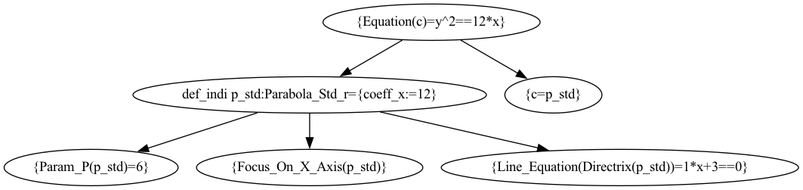
trapped-beast/KE_Reasoning_Engine keeps this Graphviz diagram as reasoning_engine/all_progress.png. Above is the earlier version. Its source is kept beside it as reasoning_engine/all_progress.dot.
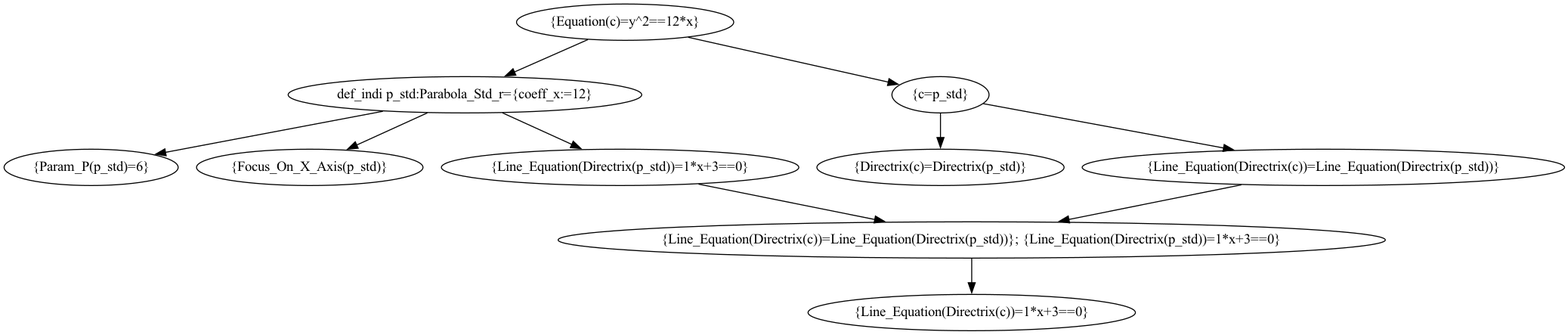
After the change.

Change to the diagram source:
```diff
@@ -1,27 +1,44 @@
 digraph all_progress {
-	graph [bb="0,0,788.88,180"];
+	graph [bb="0,0,1548.6,324"];
 	node [label="\N"];
 	"{Equation(c)=y^2==12*x}"	[height=0.5,
-		pos="424.44,162",
+		pos="616.44,306",
 		width=2.997];
 	"def_indi p_std:Parabola_Std_r={coeff_x:=12}"	[height=0.5,
-		pos="303.44,90",
+		pos="457.44,234",
 		width=4.8746];
-	"{Equation(c)=y^2==12*x}" -> "def_indi p_std:Parabola_Std_r={coeff_x:=12}"	[pos="e,333.03,108.12 395.46,144.23 379.68,135.1 359.93,123.68 342.78,113.76"];
+	"{Equation(c)=y^2==12*x}" -> "def_indi p_std:Parabola_Std_r={coeff_x:=12}"	[pos="e,496.06,252 579.56,288.76 557.85,279.2 530.1,266.99 506.55,256.62"];
 	"{c=p_std}"	[height=0.5,
-		pos="545.44,90",
+		pos="929.44,234",
 		width=1.336];
-	"{Equation(c)=y^2==12*x}" -> "{c=p_std}"	[pos="e,519.98,105.73 453.42,144.23 470.45,134.38 492.1,121.86 510.12,111.43"];
+	"{Equation(c)=y^2==12*x}" -> "{c=p_std}"	[pos="e,888.85,244.08 679.03,291 737.32,277.97 823.2,258.76 877.72,246.57"];
 	"{Param_P(p_std)=6}"	[height=0.5,
-		pos="86.442,18",
+		pos="86.442,162",
 		width=2.4012];
-	"def_indi p_std:Parabola_Std_r={coeff_x:=12}" -> "{Param_P(p_std)=6}"	[pos="e,131.86,33.65 251.74,72.322 218.82,61.704 176.19,47.952 142.47,37.074"];
+	"def_indi p_std:Parabola_Std_r={coeff_x:=12}" -> "{Param_P(p_std)=6}"	[pos="e,148.98,174.8 376.02,217.64 311.67,205.5 222.6,188.69 160.29,176.93"];
 	"{Focus_On_X_Axis(p_std)}"	[height=0.5,
-		pos="303.44,18",
+		pos="303.44,162",
 		width=3.1233];
-	"def_indi p_std:Parabola_Std_r={coeff_x:=12}" -> "{Focus_On_X_Axis(p_std)}"	[pos="e,303.44,36.104 303.44,71.697 303.44,64.407 303.44,55.726 303.44,47.536"];
+	"def_indi p_std:Parabola_Std_r={coeff_x:=12}" -> "{Focus_On_X_Axis(p_std)}"	[pos="e,339.58,179.43 420.16,216.05 399.03,206.45 372.4,194.34 349.92,184.12"];
 	"{Line_Equation(Directrix(p_std))=1*x+3==0}"	[height=0.5,
-		pos="611.44,18",
+		pos="611.44,162",
 		width=4.9287];
-	"def_indi p_std:Parabola_Std_r={coeff_x:=12}" -> "{Line_Equation(Directrix(p_std))=1*x+3==0}"	[pos="e,541.3,34.942 373.33,73.116 419.93,62.525 481.35,48.566 530.14,37.478"];
+	"def_indi p_std:Parabola_Std_r={coeff_x:=12}" -> "{Line_Equation(Directrix(p_std))=1*x+3==0}"	[pos="e,573.97,180.03 494.72,216.05 515.47,206.62 541.52,194.78 563.74,184.68"];
+	"{Directrix(c)=Directrix(p_std)}"	[height=0.5,
+		pos="929.44,162",
+		width=3.4122];
+	"{c=p_std}" -> "{Directrix(c)=Directrix(p_std)}"	[pos="e,929.44,180.1 929.44,215.7 929.44,208.41 929.44,199.73 929.44,191.54"];
+	"{Line_Equation(Directrix(c))=Line_Equation(Directrix(p_std))}"	[height=0.5,
+		pos="1309.4,162",
+		width=6.6439];
+	"{c=p_std}" -> "{Line_Equation(Directrix(c))=Line_Equation(Directrix(p_std))}"	[pos="e,1221.7,179.16 971.93,225.17 1029.2,214.62 1133.1,195.49 1210.5,181.23"];
+	"{Line_Equation(Directrix(c))=Line_Equation(Directrix(p_std))}; {Line_Equation(Directrix(p_std))=1*x+3==0}"	[height=0.5,
+		pos="960.44,90",
+		width=11.41];
+	"{Line_Equation(Directrix(p_std))=1*x+3==0}" -> "{Line_Equation(Directrix(c))=Line_Equation(Directrix(p_std))}; {Line_Equation(Directrix(p_std))=1*x+3==0}"	[pos="e,875.46,108.04 689.33,145.38 741.02,135.01 809.21,121.33 864.28,110.29"];
+	"{Line_Equation(Directrix(c))=Line_Equation(Directrix(p_std))}" -> "{Line_Equation(Directrix(c))=Line_Equation(Directrix(p_std))}; {Line_Equation(Directrix(p_std))=1*x+3==0}"	[pos="e,1045.6,108.08 1228.1,144.68 1176.9,134.42 1110.7,121.13 1056.9,110.34"];
+	"{Line_Equation(Directrix(c))=1*x+3==0}"	[height=0.5,
+		pos="960.44,18",
+		width=4.5135];
+	"{Line_Equation(Directrix(c))=Line_Equation(Directrix(p_std))}; {Line_Equation(Directrix(p_std))=1*x+3==0}" -> "{Line_Equation(Directrix(c))=1*x+3==0}"	[pos="e,960.44,36.104 960.44,71.697 960.44,64.407 960.44,55.726 960.44,47.536"];
 }
```
